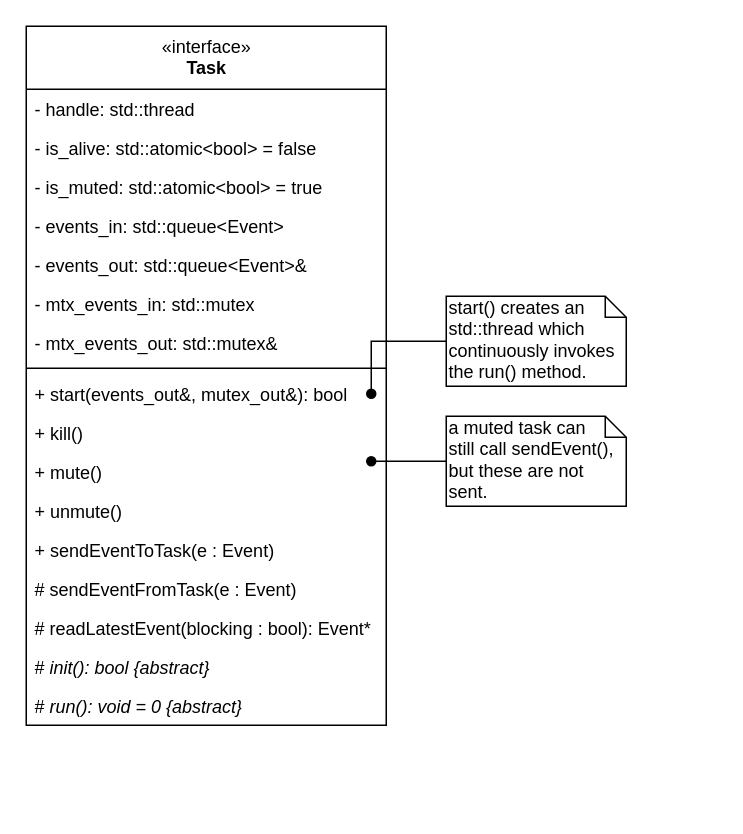
This is assets/diagrams/Task.drawio from martinandrovich/esd-stationbox, a draw.io file, before an edit. Source tidied: cells renumbered, new cells numbered last; positions are measured from the earlier drawing's top-left corner, leaving out a move shared by most shapes. Both pictures are drawn from the tidied source at 150%, with x=0, y=0 at pixel (26, 26).
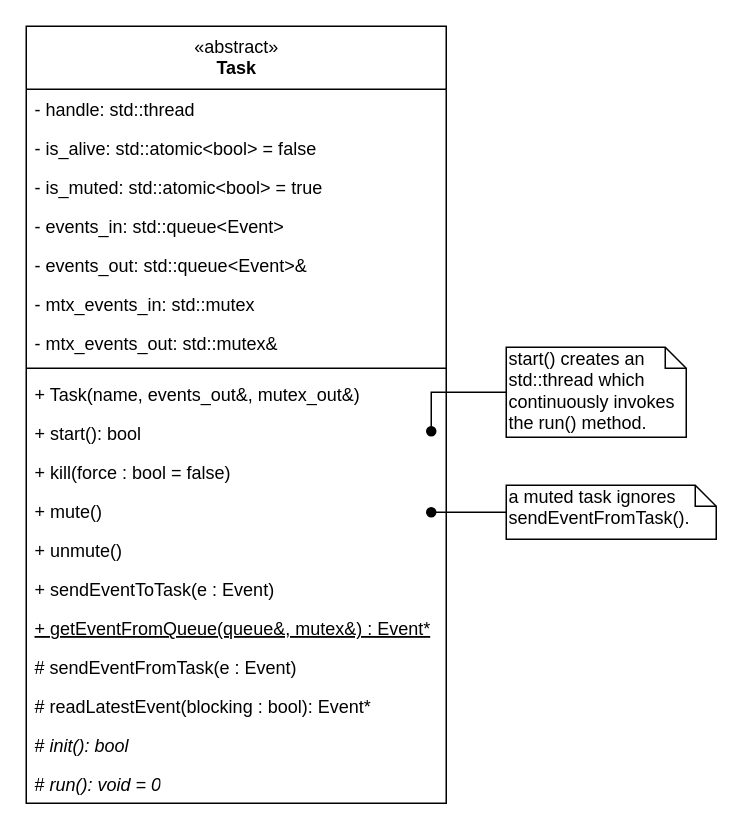
After the change.

Diff of the diagram source:
```diff
@@
     <mxCell id="2" value="start() creates an std::thread which continuously invokes the run() method." style="shape=note;whiteSpace=wrap;html=1;size=14;verticalAlign=top;align=left;spacingTop=-6;" parent="1" vertex="1">
-      <mxGeometry x="280" y="180" width="120" height="60" as="geometry" />
+      <mxGeometry x="320" y="214" width="120" height="60" as="geometry" />
     </mxCell>
-    <mxCell id="3" value="&lt;span style=&quot;font-weight: normal&quot;&gt;«interface»&lt;br&gt;&lt;/span&gt;Task" style="swimlane;fontStyle=1;align=center;verticalAlign=top;horizontal=1;startSize=42;html=1;" parent="1" vertex="1">
-      <mxGeometry width="240" height="466" as="geometry" />
+    <mxCell id="3" value="&lt;span style=&quot;font-weight: normal&quot;&gt;«abstract»&lt;br&gt;&lt;/span&gt;Task" style="swimlane;fontStyle=1;align=center;verticalAlign=top;horizontal=1;startSize=42;html=1;" parent="1" vertex="1">
+      <mxGeometry width="280" height="518" as="geometry" />
     </mxCell>
     <mxCell id="4" value="- handle: std::thread" style="text;strokeColor=none;fillColor=none;align=left;verticalAlign=top;spacingLeft=4;spacingRight=4;overflow=hidden;" parent="3" vertex="1">
-      <mxGeometry y="42" width="240" height="26" as="geometry" />
+      <mxGeometry y="42" width="280" height="26" as="geometry" />
     </mxCell>
     <mxCell id="5" value="- is_alive: std::atomic&lt;bool&gt; = false" style="text;strokeColor=none;fillColor=none;align=left;verticalAlign=top;spacingLeft=4;spacingRight=4;overflow=hidden;" parent="3" vertex="1">
-      <mxGeometry y="68" width="240" height="26" as="geometry" />
+      <mxGeometry y="68" width="280" height="26" as="geometry" />
     </mxCell>
     <mxCell id="6" value="- is_muted: std::atomic&lt;bool&gt; = true" style="text;strokeColor=none;fillColor=none;align=left;verticalAlign=top;spacingLeft=4;spacingRight=4;overflow=hidden;" parent="3" vertex="1">
-      <mxGeometry y="94" width="240" height="26" as="geometry" />
+      <mxGeometry y="94" width="280" height="26" as="geometry" />
     </mxCell>
     <mxCell id="7" value="- events_in: std::queue&lt;Event&gt;" style="text;strokeColor=none;fillColor=none;align=left;verticalAlign=top;spacingLeft=4;spacingRight=4;overflow=hidden;" parent="3" vertex="1">
-      <mxGeometry y="120" width="240" height="26" as="geometry" />
+      <mxGeometry y="120" width="280" height="26" as="geometry" />
     </mxCell>
     <mxCell id="8" value="- events_out: std::queue&lt;Event&gt;&amp;" style="text;strokeColor=none;fillColor=none;align=left;verticalAlign=top;spacingLeft=4;spacingRight=4;overflow=hidden;" parent="3" vertex="1">
-      <mxGeometry y="146" width="240" height="26" as="geometry" />
+      <mxGeometry y="146" width="280" height="26" as="geometry" />
     </mxCell>
     <mxCell id="9" value="- mtx_events_in: std::mutex" style="text;strokeColor=none;fillColor=none;align=left;verticalAlign=top;spacingLeft=4;spacingRight=4;overflow=hidden;" parent="3" vertex="1">
-      <mxGeometry y="172" width="240" height="26" as="geometry" />
+      <mxGeometry y="172" width="280" height="26" as="geometry" />
     </mxCell>
     <mxCell id="10" value="- mtx_events_out: std::mutex&amp;" style="text;strokeColor=none;fillColor=none;align=left;verticalAlign=top;spacingLeft=4;spacingRight=4;overflow=hidden;" parent="3" vertex="1">
-      <mxGeometry y="198" width="240" height="26" as="geometry" />
+      <mxGeometry y="198" width="280" height="26" as="geometry" />
     </mxCell>
     <mxCell id="11" style="line;strokeWidth=1;fillColor=none;align=left;verticalAlign=middle;spacingTop=-1;spacingLeft=3;spacingRight=3;labelPosition=right;" parent="3" vertex="1">
-      <mxGeometry y="224" width="240" height="8" as="geometry" />
+      <mxGeometry y="224" width="280" height="8" as="geometry" />
     </mxCell>
-    <mxCell id="12" value="+ start(events_out&amp;, mutex_out&amp;): bool" style="text;strokeColor=none;fillColor=none;align=left;verticalAlign=top;spacingLeft=4;spacingRight=4;overflow=hidden;" parent="3" vertex="1">
-      <mxGeometry y="232" width="240" height="26" as="geometry" />
+    <mxCell id="12" value="+ Task(name, events_out&amp;, mutex_out&amp;)" style="text;strokeColor=none;fillColor=none;align=left;verticalAlign=top;spacingLeft=4;spacingRight=4;overflow=hidden;" parent="3" vertex="1">
+      <mxGeometry y="232" width="280" height="26" as="geometry" />
     </mxCell>
+    <mxCell id="24" value="+ start(): bool" style="text;strokeColor=none;fillColor=none;align=left;verticalAlign=top;spacingLeft=4;spacingRight=4;overflow=hidden;" parent="3" vertex="1">
+      <mxGeometry y="258" width="280" height="26" as="geometry" />
+    </mxCell>
-    <mxCell id="13" value="+ kill()" style="text;strokeColor=none;fillColor=none;align=left;verticalAlign=top;spacingLeft=4;spacingRight=4;overflow=hidden;" parent="3" vertex="1">
-      <mxGeometry y="258" width="240" height="26" as="geometry" />
+    <mxCell id="13" value="+ kill(force : bool = false)" style="text;strokeColor=none;fillColor=none;align=left;verticalAlign=top;spacingLeft=4;spacingRight=4;overflow=hidden;" parent="3" vertex="1">
+      <mxGeometry y="284" width="280" height="26" as="geometry" />
     </mxCell>
     <mxCell id="14" value="+ mute()" style="text;strokeColor=none;fillColor=none;align=left;verticalAlign=top;spacingLeft=4;spacingRight=4;overflow=hidden;" parent="3" vertex="1">
-      <mxGeometry y="284" width="240" height="26" as="geometry" />
+      <mxGeometry y="310" width="280" height="26" as="geometry" />
     </mxCell>
     <mxCell id="15" value="+ unmute()" style="text;strokeColor=none;fillColor=none;align=left;verticalAlign=top;spacingLeft=4;spacingRight=4;overflow=hidden;" parent="3" vertex="1">
-      <mxGeometry y="310" width="240" height="26" as="geometry" />
+      <mxGeometry y="336" width="280" height="26" as="geometry" />
     </mxCell>
     <mxCell id="16" value="+ sendEventToTask(e : Event)" style="text;strokeColor=none;fillColor=none;align=left;verticalAlign=top;spacingLeft=4;spacingRight=4;overflow=hidden;" parent="3" vertex="1">
-      <mxGeometry y="336" width="240" height="26" as="geometry" />
+      <mxGeometry y="362" width="280" height="26" as="geometry" />
     </mxCell>
+    <mxCell id="25" value="+ getEventFromQueue(queue&amp;, mutex&amp;) : Event*" style="text;strokeColor=none;fillColor=none;align=left;verticalAlign=top;spacingLeft=4;spacingRight=4;overflow=hidden;fontStyle=4;" parent="3" vertex="1">
+      <mxGeometry y="388" width="280" height="26" as="geometry" />
+    </mxCell>
     <mxCell id="17" value="# sendEventFromTask(e : Event)" style="text;strokeColor=none;fillColor=none;align=left;verticalAlign=top;spacingLeft=4;spacingRight=4;overflow=hidden;" parent="3" vertex="1">
-      <mxGeometry y="362" width="240" height="26" as="geometry" />
+      <mxGeometry y="414" width="280" height="26" as="geometry" />
     </mxCell>
     <mxCell id="18" value="# readLatestEvent(blocking : bool): Event*" style="text;strokeColor=none;fillColor=none;align=left;verticalAlign=top;spacingLeft=4;spacingRight=4;overflow=hidden;" parent="3" vertex="1">
-      <mxGeometry y="388" width="240" height="26" as="geometry" />
+      <mxGeometry y="440" width="280" height="26" as="geometry" />
     </mxCell>
-    <mxCell id="19" value="&lt;span style=&quot;font-style: normal&quot;&gt;#&lt;/span&gt; init(): bool {abstract}" style="text;strokeColor=none;fillColor=none;align=left;verticalAlign=top;spacingLeft=4;spacingRight=4;overflow=hidden;fontStyle=2;html=1;" parent="3" vertex="1">
-      <mxGeometry y="414" width="240" height="26" as="geometry" />
+    <mxCell id="19" value="&lt;span style=&quot;font-style: normal&quot;&gt;#&lt;/span&gt; init(): bool" style="text;strokeColor=none;fillColor=none;align=left;verticalAlign=top;spacingLeft=4;spacingRight=4;overflow=hidden;fontStyle=2;html=1;" parent="3" vertex="1">
+      <mxGeometry y="466" width="280" height="26" as="geometry" />
     </mxCell>
-    <mxCell id="20" value="&lt;span style=&quot;font-style: normal&quot;&gt;#&lt;/span&gt; run(): void = 0 {abstract}" style="text;strokeColor=none;fillColor=none;align=left;verticalAlign=top;spacingLeft=4;spacingRight=4;overflow=hidden;fontStyle=2;html=1;" parent="3" vertex="1">
-      <mxGeometry y="440" width="240" height="26" as="geometry" />
+    <mxCell id="20" value="&lt;span style=&quot;font-style: normal&quot;&gt;#&lt;/span&gt; run(): void = 0" style="text;strokeColor=none;fillColor=none;align=left;verticalAlign=top;spacingLeft=4;spacingRight=4;overflow=hidden;fontStyle=2;html=1;" parent="3" vertex="1">
+      <mxGeometry y="492" width="280" height="26" as="geometry" />
     </mxCell>
     <mxCell id="21" style="edgeStyle=orthogonalEdgeStyle;rounded=0;jettySize=auto;html=1;endArrow=oval;endFill=1;" parent="1" edge="1" source="2">
       <mxGeometry relative="1" as="geometry">
-        <mxPoint x="230" y="245" as="targetPoint" />
+        <mxPoint x="270" y="270" as="targetPoint" />
         <Array as="points">
-          <mxPoint x="230" y="210" />
+          <mxPoint x="270" y="244" />
         </Array>
       </mxGeometry>
     </mxCell>
-    <mxCell id="22" value="a muted task can&lt;br&gt;still call sendEvent(),&lt;br&gt;but these are not sent." style="shape=note;whiteSpace=wrap;html=1;size=14;verticalAlign=top;align=left;spacingTop=-6;" parent="1" vertex="1">
-      <mxGeometry x="280" y="260" width="120" height="60" as="geometry" />
+    <mxCell id="22" value="a muted task ignores&lt;br&gt;&lt;span&gt;sendEventFromTask&lt;/span&gt;()." style="shape=note;whiteSpace=wrap;html=1;size=14;verticalAlign=top;align=left;spacingTop=-6;" parent="1" vertex="1">
+      <mxGeometry x="320" y="306" width="140" height="36" as="geometry" />
     </mxCell>
     <mxCell id="23" style="edgeStyle=orthogonalEdgeStyle;rounded=0;jettySize=auto;html=1;endArrow=oval;endFill=1;" parent="1" edge="1" source="22">
       <mxGeometry relative="1" as="geometry">
-        <mxPoint x="230" y="290" as="targetPoint" />
+        <mxPoint x="270" y="324" as="targetPoint" />
       </mxGeometry>
     </mxCell>
```
